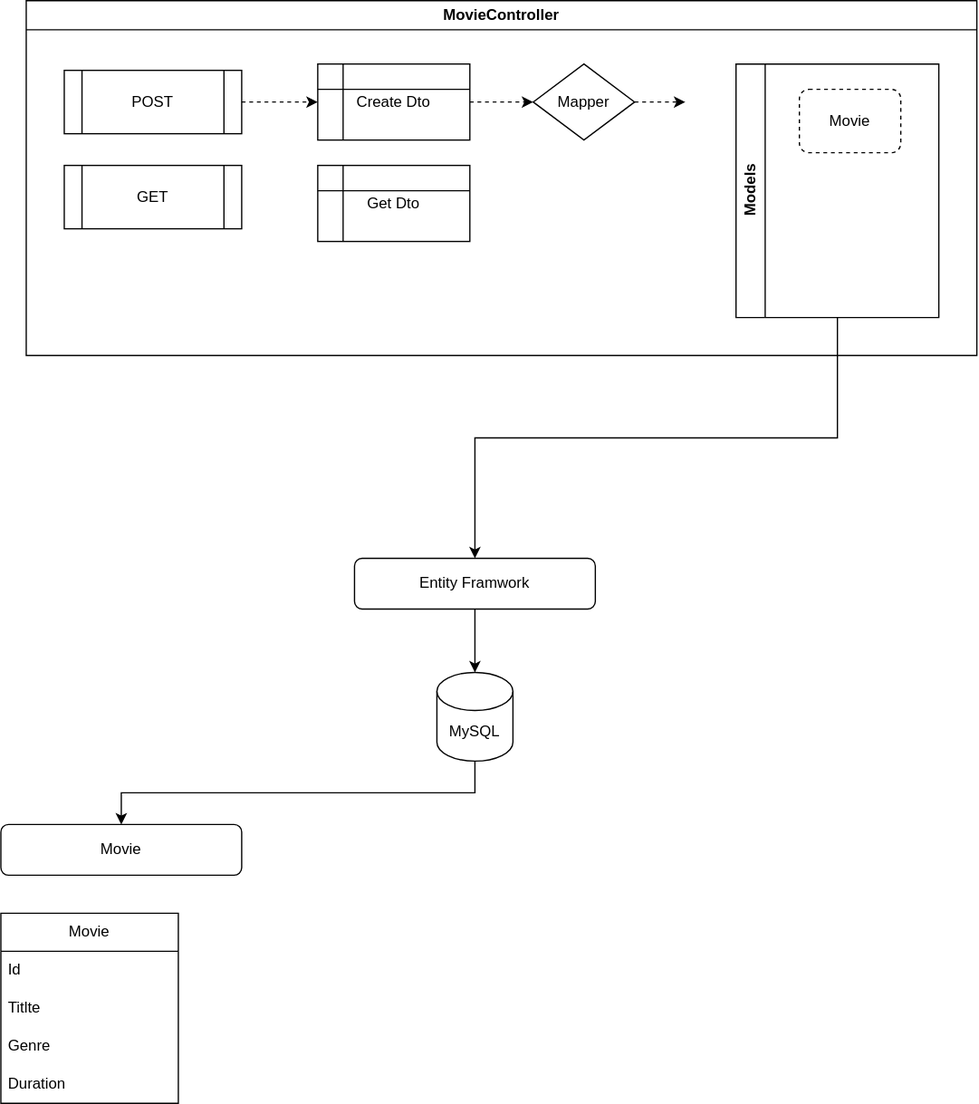
This is Structure.svg from meloryayala/movies-web-api, a draw.io export, as it was before one commit. Source tidied: cells renumbered, new cells last; positions are measured from the earlier drawing's top-left corner, leaving out a move shared by most shapes.
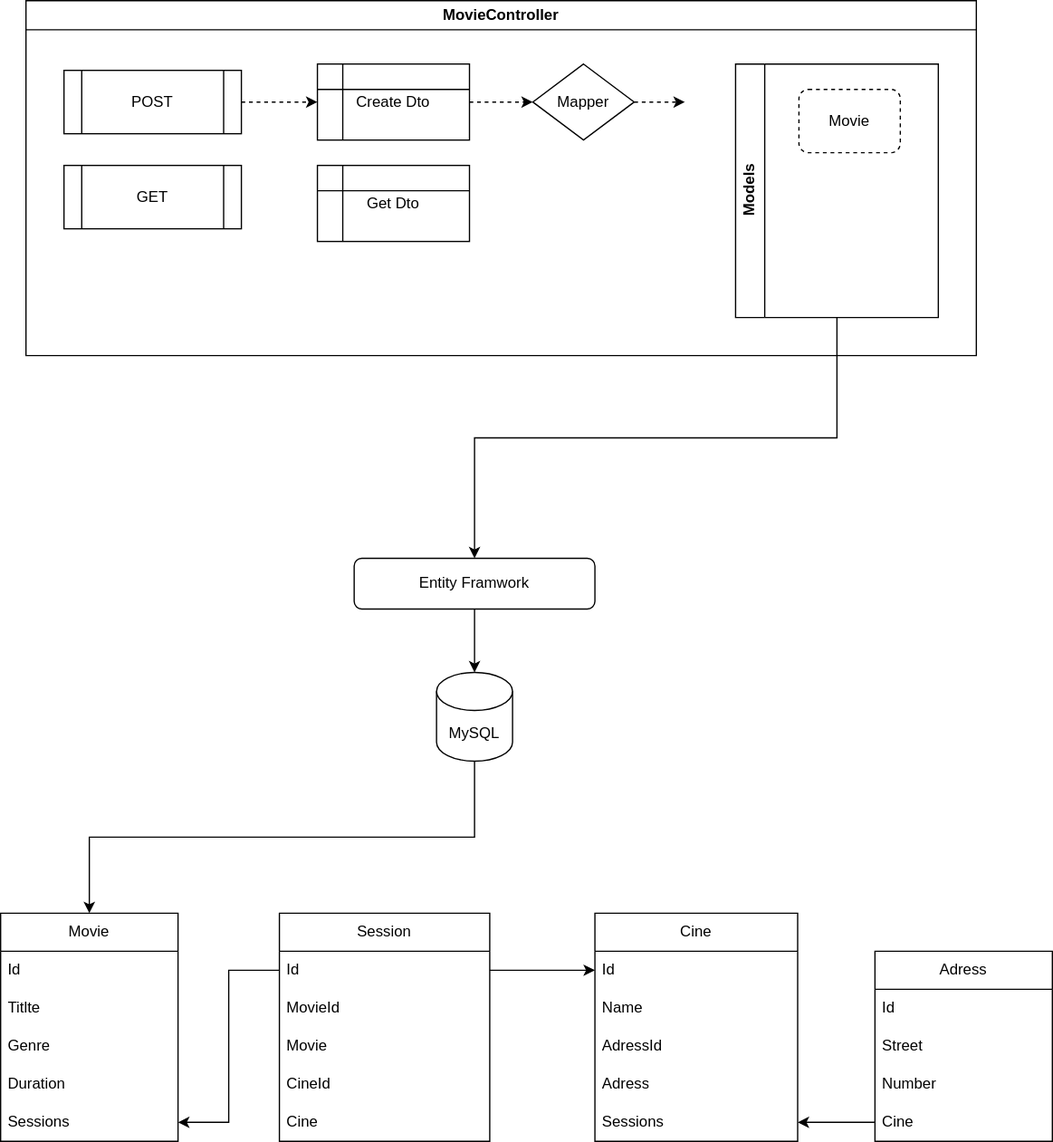
After the commit.

Diff of the diagram source:
```diff
@@ -3,7 +3,7 @@
     <mxCell id="0" />
     <mxCell id="1" parent="0" />
     <mxCell id="2" value="Movie" style="swimlane;fontStyle=0;horizontal=1;startSize=30;whiteSpace=wrap;html=1;" parent="1" vertex="1">
-      <mxGeometry y="720" width="140" height="150" as="geometry" />
+      <mxGeometry y="720" width="140" height="180" as="geometry" />
     </mxCell>
     <mxCell id="3" value="Id" style="text;strokeColor=none;fillColor=none;align=left;verticalAlign=middle;spacingLeft=4;spacingRight=4;overflow=hidden;whiteSpace=wrap;html=1;" parent="2" vertex="1">
       <mxGeometry y="30" width="140" height="30" as="geometry" />
@@ -17,15 +17,15 @@
     <mxCell id="6" value="Duration" style="text;strokeColor=none;fillColor=none;align=left;verticalAlign=middle;spacingLeft=4;spacingRight=4;overflow=hidden;whiteSpace=wrap;html=1;" parent="2" vertex="1">
       <mxGeometry y="120" width="140" height="30" as="geometry" />
     </mxCell>
+    <mxCell id="24" value="Sessions" style="text;strokeColor=none;fillColor=none;align=left;verticalAlign=middle;spacingLeft=4;spacingRight=4;overflow=hidden;points=[[0,0.5],[1,0.5]];portConstraint=eastwest;whiteSpace=wrap;html=1;" parent="2" vertex="1">
+      <mxGeometry y="150" width="140" height="30" as="geometry" />
+    </mxCell>
-    <mxCell id="7" style="edgeStyle=orthogonalEdgeStyle;rounded=0;jettySize=auto;html=1;exitX=0.5;exitY=1;exitDx=0;exitDy=0;exitPerimeter=0;entryX=0.5;entryY=0;entryDx=0;entryDy=0;" parent="1" edge="1" source="8" target="9">
+    <mxCell id="7" style="edgeStyle=orthogonalEdgeStyle;rounded=0;jettySize=auto;html=1;exitX=0.5;exitY=1;exitDx=0;exitDy=0;exitPerimeter=0;entryX=0.5;entryY=0;entryDx=0;entryDy=0;" parent="1" edge="1" source="8" target="2">
       <mxGeometry relative="1" as="geometry" />
     </mxCell>
     <mxCell id="8" value="MySQL" style="shape=cylinder3;whiteSpace=wrap;html=1;boundedLbl=1;backgroundOutline=1;size=15;" parent="1" vertex="1">
       <mxGeometry x="344" y="530" width="60" height="70" as="geometry" />
     </mxCell>
-    <mxCell id="9" value="Movie" style="rounded=1;whiteSpace=wrap;html=1;" parent="1" vertex="1">
-      <mxGeometry y="650" width="190" height="40" as="geometry" />
-    </mxCell>
     <mxCell id="10" style="edgeStyle=orthogonalEdgeStyle;rounded=0;jettySize=auto;html=1;" parent="1" edge="1" source="11" target="8">
       <mxGeometry relative="1" as="geometry" />
     </mxCell>
@@ -70,5 +70,65 @@
     <mxCell id="23" style="edgeStyle=orthogonalEdgeStyle;rounded=0;jettySize=auto;html=1;exitX=0.5;exitY=1;exitDx=0;exitDy=0;entryX=0.5;entryY=0;entryDx=0;entryDy=0;" parent="1" edge="1" source="22" target="11">
       <mxGeometry relative="1" as="geometry" />
     </mxCell>
+    <mxCell id="25" value="Cine" style="swimlane;fontStyle=0;horizontal=1;startSize=30;whiteSpace=wrap;html=1;" parent="1" vertex="1">
+      <mxGeometry x="469" y="720" width="160" height="180" as="geometry" />
+    </mxCell>
+    <mxCell id="26" value="Id" style="text;strokeColor=none;fillColor=none;align=left;verticalAlign=middle;spacingLeft=4;spacingRight=4;overflow=hidden;points=[[0,0.5],[1,0.5]];portConstraint=eastwest;whiteSpace=wrap;html=1;" parent="25" vertex="1">
+      <mxGeometry y="30" width="160" height="30" as="geometry" />
+    </mxCell>
+    <mxCell id="27" value="Name" style="text;strokeColor=none;fillColor=none;align=left;verticalAlign=middle;spacingLeft=4;spacingRight=4;overflow=hidden;whiteSpace=wrap;html=1;" parent="25" vertex="1">
+      <mxGeometry y="60" width="160" height="30" as="geometry" />
+    </mxCell>
+    <mxCell id="28" value="AdressId" style="text;strokeColor=none;fillColor=none;align=left;verticalAlign=middle;spacingLeft=4;spacingRight=4;overflow=hidden;whiteSpace=wrap;html=1;" parent="25" vertex="1">
+      <mxGeometry y="90" width="160" height="30" as="geometry" />
+    </mxCell>
+    <mxCell id="29" value="Adress" style="text;strokeColor=none;fillColor=none;align=left;verticalAlign=middle;spacingLeft=4;spacingRight=4;overflow=hidden;whiteSpace=wrap;html=1;" parent="25" vertex="1">
+      <mxGeometry y="120" width="160" height="30" as="geometry" />
+    </mxCell>
+    <mxCell id="30" value="Sessions" style="text;strokeColor=none;fillColor=none;align=left;verticalAlign=middle;spacingLeft=4;spacingRight=4;overflow=hidden;points=[[0,0.5],[1,0.5]];portConstraint=eastwest;whiteSpace=wrap;html=1;" parent="25" vertex="1">
+      <mxGeometry y="150" width="160" height="30" as="geometry" />
+    </mxCell>
+    <mxCell id="31" value="Adress" style="swimlane;fontStyle=0;horizontal=1;startSize=30;whiteSpace=wrap;html=1;" parent="1" vertex="1">
+      <mxGeometry x="690" y="750" width="140" height="150" as="geometry" />
+    </mxCell>
+    <mxCell id="32" value="Id" style="text;strokeColor=none;fillColor=none;align=left;verticalAlign=middle;spacingLeft=4;spacingRight=4;overflow=hidden;whiteSpace=wrap;html=1;" parent="31" vertex="1">
+      <mxGeometry y="30" width="140" height="30" as="geometry" />
+    </mxCell>
+    <mxCell id="33" value="Street" style="text;strokeColor=none;fillColor=none;align=left;verticalAlign=middle;spacingLeft=4;spacingRight=4;overflow=hidden;whiteSpace=wrap;html=1;" parent="31" vertex="1">
+      <mxGeometry y="60" width="140" height="30" as="geometry" />
+    </mxCell>
+    <mxCell id="34" value="Number" style="text;strokeColor=none;fillColor=none;align=left;verticalAlign=middle;spacingLeft=4;spacingRight=4;overflow=hidden;whiteSpace=wrap;html=1;" parent="31" vertex="1">
+      <mxGeometry y="90" width="140" height="30" as="geometry" />
+    </mxCell>
+    <mxCell id="35" value="Cine" style="text;strokeColor=none;fillColor=none;align=left;verticalAlign=middle;spacingLeft=4;spacingRight=4;overflow=hidden;points=[[0,0.5],[1,0.5]];portConstraint=eastwest;whiteSpace=wrap;html=1;" parent="31" vertex="1">
+      <mxGeometry y="120" width="140" height="30" as="geometry" />
+    </mxCell>
+    <mxCell id="36" value="Session" style="swimlane;fontStyle=0;horizontal=1;startSize=30;whiteSpace=wrap;html=1;" parent="1" vertex="1">
+      <mxGeometry x="220" y="720" width="166" height="180" as="geometry" />
+    </mxCell>
+    <mxCell id="37" value="Id" style="text;strokeColor=none;fillColor=none;align=left;verticalAlign=middle;spacingLeft=4;spacingRight=4;overflow=hidden;points=[[0,0.5],[1,0.5]];portConstraint=eastwest;whiteSpace=wrap;html=1;" parent="36" vertex="1">
+      <mxGeometry y="30" width="166" height="30" as="geometry" />
+    </mxCell>
+    <mxCell id="38" value="MovieId" style="text;strokeColor=none;fillColor=none;align=left;verticalAlign=middle;spacingLeft=4;spacingRight=4;overflow=hidden;whiteSpace=wrap;html=1;" parent="36" vertex="1">
+      <mxGeometry y="60" width="166" height="30" as="geometry" />
+    </mxCell>
+    <mxCell id="9" value="Movie" style="text;strokeColor=none;fillColor=none;align=left;verticalAlign=middle;spacingLeft=4;spacingRight=4;overflow=hidden;points=[[0,0.5],[1,0.5]];portConstraint=eastwest;whiteSpace=wrap;html=1;" parent="36" vertex="1">
+      <mxGeometry y="90" width="166" height="30" as="geometry" />
+    </mxCell>
+    <mxCell id="39" value="CineId" style="text;strokeColor=none;fillColor=none;align=left;verticalAlign=middle;spacingLeft=4;spacingRight=4;overflow=hidden;whiteSpace=wrap;html=1;" parent="36" vertex="1">
+      <mxGeometry y="120" width="166" height="30" as="geometry" />
+    </mxCell>
+    <mxCell id="40" value="Cine" style="text;strokeColor=none;fillColor=none;align=left;verticalAlign=middle;spacingLeft=4;spacingRight=4;overflow=hidden;whiteSpace=wrap;html=1;" parent="36" vertex="1">
+      <mxGeometry y="150" width="166" height="30" as="geometry" />
+    </mxCell>
+    <mxCell id="41" style="edgeStyle=orthogonalEdgeStyle;rounded=0;jettySize=auto;html=1;" parent="1" edge="1" source="35" target="30">
+      <mxGeometry relative="1" as="geometry" />
+    </mxCell>
+    <mxCell id="42" style="edgeStyle=orthogonalEdgeStyle;rounded=0;jettySize=auto;html=1;exitX=0;exitY=0.5;exitDx=0;exitDy=0;" parent="1" edge="1" source="37" target="24">
+      <mxGeometry relative="1" as="geometry" />
+    </mxCell>
+    <mxCell id="43" style="edgeStyle=orthogonalEdgeStyle;rounded=0;jettySize=auto;html=1;exitX=1;exitY=0.5;exitDx=0;exitDy=0;" parent="1" edge="1" source="37" target="26">
+      <mxGeometry relative="1" as="geometry" />
+    </mxCell>
   </root>
 </mxGraphModel>
```
